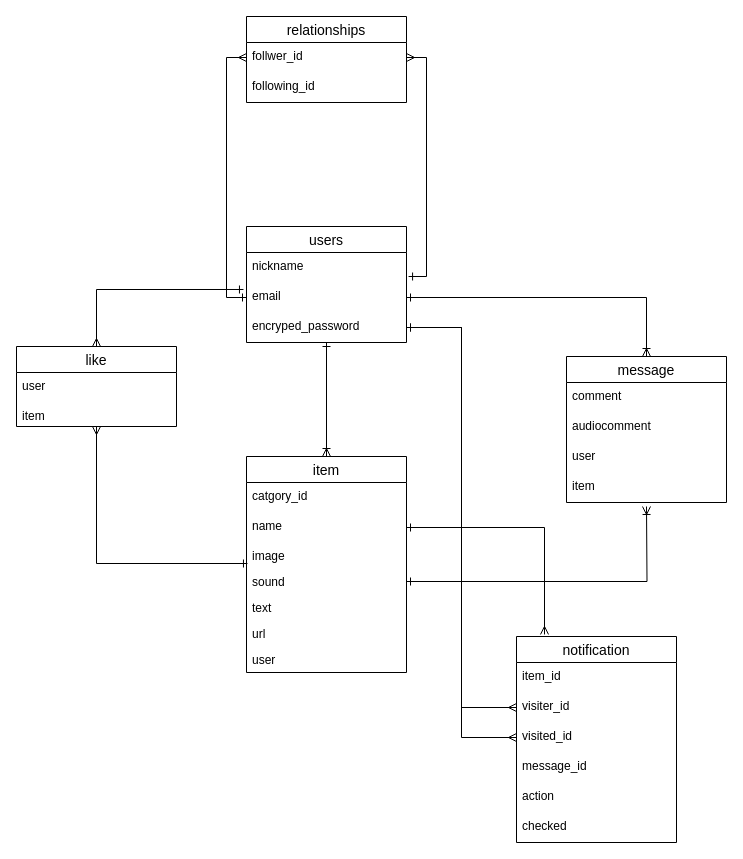
Earlier version of the draw.io diagram sound-review.dio (sugiryota/Review). Source tidied: cells renumbered, new cells numbered last; positions are measured from the earlier drawing's top-left corner, leaving out a move shared by most shapes. Both pictures are drawn from the tidied source at 100%, with x=0, y=0 at pixel (16, 16).
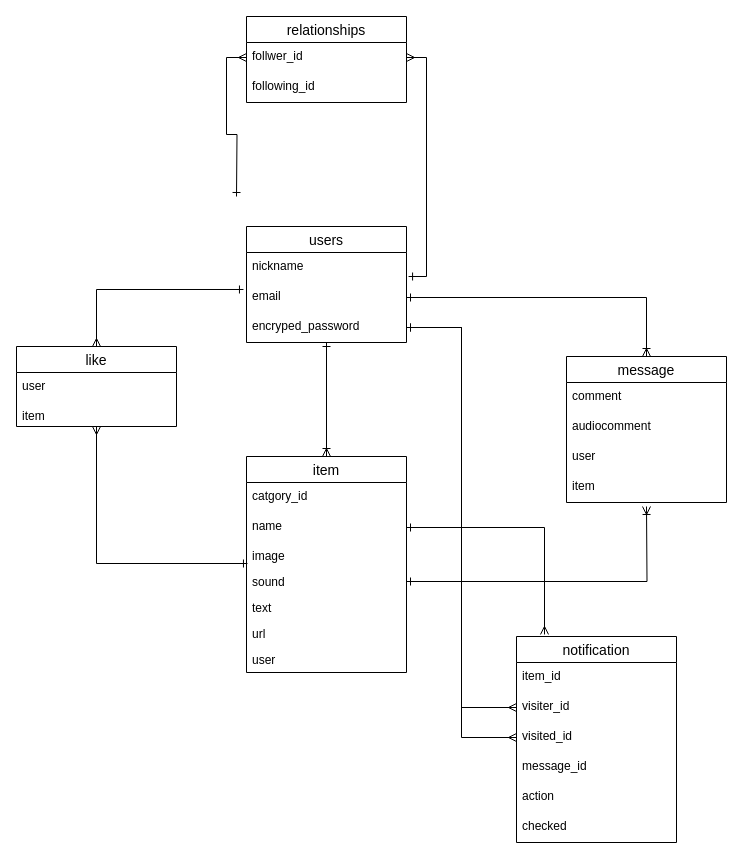
Above is the later version.

The change refers to these unchanged cells:
```xml
<mxCell id="5" value="email" style="text;strokeColor=none;fillColor=none;spacingLeft=4;spacingRight=4;overflow=hidden;points=[[0,0.5],[1,0.5]];portConstraint=eastwest;fontSize=12;" parent="3" vertex="1">
  <mxGeometry y="56" width="160" height="30" as="geometry" />
</mxCell>
<mxCell id="28" value="follwer_id" style="text;strokeColor=none;fillColor=none;spacingLeft=4;spacingRight=4;overflow=hidden;points=[[0,0.5],[1,0.5]];portConstraint=eastwest;fontSize=12;" parent="27" vertex="1">
  <mxGeometry y="26" width="160" height="30" as="geometry" />
</mxCell>
```

Change to the diagram source:
```diff
@@
-    <mxCell id="31" style="edgeStyle=orthogonalEdgeStyle;rounded=0;jettySize=auto;html=1;entryX=0;entryY=0.5;entryDx=0;entryDy=0;startArrow=ERone;startFill=0;endArrow=ERmany;endFill=0;" parent="1" edge="1" source="5" target="28">
-      <mxGeometry relative="1" as="geometry" />
+    <mxCell id="31" style="edgeStyle=orthogonalEdgeStyle;rounded=0;jettySize=auto;html=1;entryX=0;entryY=0.5;entryDx=0;entryDy=0;startArrow=ERone;startFill=0;endArrow=ERmany;endFill=0;" parent="1" edge="1" target="28">
+      <mxGeometry relative="1" as="geometry">
+        <mxPoint x="220" y="180" as="sourcePoint" />
+      </mxGeometry>
     </mxCell>
```
